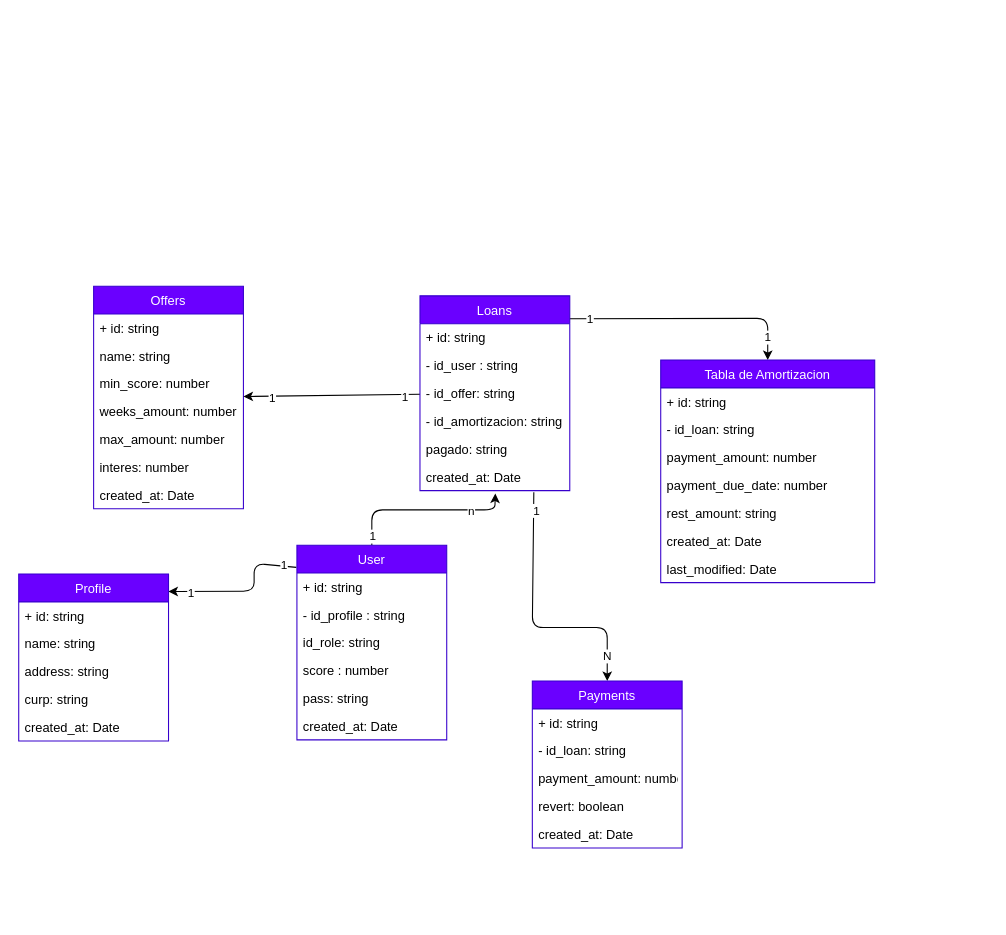
Earlier version of the draw.io diagram src/utils/docs/db_schema.drawio (SrChinowski/tl-amiloz-test). Source tidied: cells renumbered, new cells numbered last; positions are measured from the earlier drawing's top-left corner, leaving out a move shared by most shapes. Both pictures are drawn from the tidied source at 107%, with x=0, y=0 at pixel (18, 286).
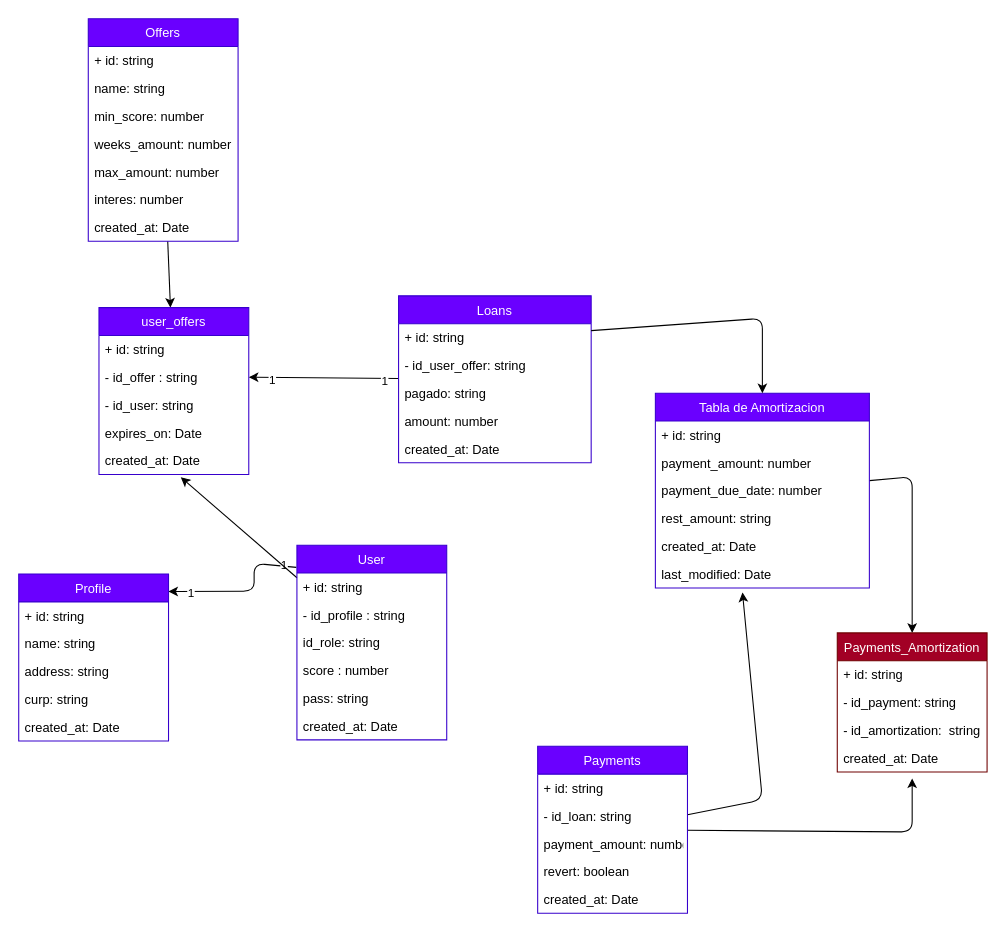
The same page after the edit.

The change refers to these unchanged cells:
```xml
<mxCell id="11" value="User" style="swimlane;fontStyle=0;horizontal=1;startSize=26;fillColor=#6a00ff;fontColor=#ffffff;strokeColor=#3700CC;" parent="1" vertex="1">
  <mxGeometry x="260" y="242" width="140" height="182" as="geometry" />
</mxCell>
```

The edit, as a diff of the source:
```diff
@@
-    <mxCell id="5" style="edgeStyle=none;html=1;entryX=0.5;entryY=0;entryDx=0;entryDy=0;exitX=0.76;exitY=1.056;exitDx=0;exitDy=0;exitPerimeter=0;" parent="1" edge="1" source="43" target="52">
-      <mxGeometry relative="1" as="geometry">
-        <Array as="points">
-          <mxPoint x="480" y="319" />
-          <mxPoint x="550" y="319" />
-        </Array>
-      </mxGeometry>
-    </mxCell>
-    <mxCell id="6" value="1" style="edgeLabel;html=1;align=center;verticalAlign=middle;" parent="5" vertex="1">
-      <mxGeometry x="-0.86" y="2" relative="1" as="geometry" />
-    </mxCell>
-    <mxCell id="7" value="N" style="edgeLabel;html=1;align=center;verticalAlign=middle;" parent="5" vertex="1">
-      <mxGeometry x="0.81" y="-1" relative="1" as="geometry" />
-    </mxCell>
-    <mxCell id="8" style="edgeStyle=none;html=1;entryX=0.503;entryY=1.105;entryDx=0;entryDy=0;entryPerimeter=0;" parent="1" edge="1" source="11" target="43">
-      <mxGeometry relative="1" as="geometry">
-        <Array as="points">
-          <mxPoint x="330" y="209" />
-          <mxPoint x="445" y="209" />
-        </Array>
-      </mxGeometry>
-    </mxCell>
-    <mxCell id="9" value="1" style="edgeLabel;html=1;align=center;verticalAlign=middle;" parent="8" vertex="1">
-      <mxGeometry x="-0.89" relative="1" as="geometry" />
-    </mxCell>
-    <mxCell id="10" value="n" style="edgeLabel;html=1;align=center;verticalAlign=middle;" parent="8" vertex="1">
-      <mxGeometry x="0.53" relative="1" as="geometry" />
-    </mxCell>
+    <mxCell id="58" style="edgeStyle=none;html=1;entryX=0.546;entryY=1.096;entryDx=0;entryDy=0;entryPerimeter=0;" parent="1" edge="1" source="11" target="69">
+      <mxGeometry relative="1" as="geometry" />
+    </mxCell>
@@
+    <mxCell id="59" style="edgeStyle=none;html=1;" parent="1" edge="1" source="24" target="64">
+      <mxGeometry relative="1" as="geometry" />
+    </mxCell>
     <mxCell id="24" value="Offers" style="swimlane;fontStyle=0;horizontal=1;startSize=26;fillColor=#6a00ff;fontColor=#ffffff;strokeColor=#3700CC;" parent="1" vertex="1">
-      <mxGeometry x="70" width="140" height="208" as="geometry" />
+      <mxGeometry x="65" y="-250" width="140" height="208" as="geometry" />
     </mxCell>
@@
-    <mxCell id="32" style="edgeStyle=none;html=1;" parent="1" edge="1" source="37" target="24">
+    <mxCell id="32" style="edgeStyle=none;html=1;entryX=1;entryY=0.5;entryDx=0;entryDy=0;" parent="1" edge="1" source="37" target="66">
       <mxGeometry relative="1" as="geometry" />
     </mxCell>
@@
-    <mxCell id="35" value="1" style="edgeStyle=none;html=1;entryX=0.5;entryY=0;entryDx=0;entryDy=0;exitX=0.999;exitY=0.118;exitDx=0;exitDy=0;exitPerimeter=0;" parent="1" edge="1" source="37" target="44">
-      <mxGeometry x="0.81" relative="1" as="geometry">
-        <Array as="points">
-          <mxPoint x="700" y="30" />
-        </Array>
-      </mxGeometry>
-    </mxCell>
-    <mxCell id="36" value="1" style="edgeLabel;html=1;align=center;verticalAlign=middle;" parent="35" vertex="1">
-      <mxGeometry x="-0.83" relative="1" as="geometry" />
-    </mxCell>
     <mxCell id="37" value="Loans" style="swimlane;fontStyle=0;horizontal=1;startSize=26;fillColor=#6a00ff;fontColor=#ffffff;strokeColor=#3700CC;" parent="1" vertex="1">
-      <mxGeometry x="375" y="9" width="140" height="182" as="geometry" />
+      <mxGeometry x="355" y="9" width="180" height="156" as="geometry" />
     </mxCell>
     <mxCell id="38" value="+ id: string" style="text;strokeColor=none;fillColor=none;align=left;verticalAlign=top;spacingLeft=4;spacingRight=4;overflow=hidden;points=[[0,0.5],[1,0.5]];portConstraint=eastwest;" parent="37" vertex="1">
-      <mxGeometry y="26" width="140" height="26" as="geometry" />
+      <mxGeometry y="26" width="180" height="26" as="geometry" />
     </mxCell>
-    <mxCell id="39" value="- id_user : string" style="text;strokeColor=none;fillColor=none;align=left;verticalAlign=top;spacingLeft=4;spacingRight=4;overflow=hidden;" parent="37" vertex="1">
-      <mxGeometry y="52" width="140" height="26" as="geometry" />
+    <mxCell id="39" value="- id_user_offer: string" style="text;strokeColor=none;fillColor=none;align=left;verticalAlign=top;spacingLeft=4;spacingRight=4;overflow=hidden;" parent="37" vertex="1">
+      <mxGeometry y="52" width="180" height="26" as="geometry" />
     </mxCell>
-    <mxCell id="40" value="- id_offer: string" style="text;strokeColor=none;fillColor=none;align=left;verticalAlign=top;spacingLeft=4;spacingRight=4;overflow=hidden;" parent="37" vertex="1">
-      <mxGeometry y="78" width="140" height="26" as="geometry" />
-    </mxCell>
-    <mxCell id="41" value="- id_amortizacion: string" style="text;strokeColor=none;fillColor=none;align=left;verticalAlign=top;spacingLeft=4;spacingRight=4;overflow=hidden;" parent="37" vertex="1">
-      <mxGeometry y="104" width="140" height="26" as="geometry" />
-    </mxCell>
     <mxCell id="42" value="pagado: string" style="text;strokeColor=none;fillColor=none;align=left;verticalAlign=top;spacingLeft=4;spacingRight=4;overflow=hidden;" parent="37" vertex="1">
-      <mxGeometry y="130" width="140" height="26" as="geometry" />
+      <mxGeometry y="78" width="180" height="26" as="geometry" />
     </mxCell>
+    <mxCell id="60" value="amount: number" style="text;strokeColor=none;fillColor=none;align=left;verticalAlign=top;spacingLeft=4;spacingRight=4;overflow=hidden;" parent="37" vertex="1">
+      <mxGeometry y="104" width="180" height="26" as="geometry" />
+    </mxCell>
     <mxCell id="43" value="created_at: Date" style="text;strokeColor=none;fillColor=none;align=left;verticalAlign=top;spacingLeft=4;spacingRight=4;overflow=hidden;points=[[0,0.5],[1,0.5]];portConstraint=eastwest;" parent="37" vertex="1">
-      <mxGeometry y="156" width="140" height="26" as="geometry" />
+      <mxGeometry y="130" width="180" height="26" as="geometry" />
     </mxCell>
+    <mxCell id="61" style="edgeStyle=none;html=1;entryX=0.5;entryY=0;entryDx=0;entryDy=0;" parent="1" edge="1" source="44" target="71">
+      <mxGeometry relative="1" as="geometry">
+        <Array as="points">
+          <mxPoint x="835" y="178" />
+        </Array>
+      </mxGeometry>
+    </mxCell>
     <mxCell id="44" value="Tabla de Amortizacion" style="swimlane;fontStyle=0;horizontal=1;startSize=26;fillColor=#6a00ff;fontColor=#ffffff;strokeColor=#3700CC;" parent="1" vertex="1">
-      <mxGeometry x="600" y="69" width="200" height="208" as="geometry" />
+      <mxGeometry x="595" y="100" width="200" height="182" as="geometry" />
     </mxCell>
@@
-    <mxCell id="46" value="- id_loan: string" style="text;strokeColor=none;fillColor=none;align=left;verticalAlign=top;spacingLeft=4;spacingRight=4;overflow=hidden;" parent="44" vertex="1">
-      <mxGeometry y="52" width="200" height="26" as="geometry" />
-    </mxCell>
     <mxCell id="47" value="payment_amount: number" style="text;strokeColor=none;fillColor=none;align=left;verticalAlign=top;spacingLeft=4;spacingRight=4;overflow=hidden;" parent="44" vertex="1">
-      <mxGeometry y="78" width="200" height="26" as="geometry" />
+      <mxGeometry y="52" width="200" height="26" as="geometry" />
     </mxCell>
     <mxCell id="48" value="payment_due_date: number" style="text;strokeColor=none;fillColor=none;align=left;verticalAlign=top;spacingLeft=4;spacingRight=4;overflow=hidden;" parent="44" vertex="1">
-      <mxGeometry y="104" width="200" height="26" as="geometry" />
+      <mxGeometry y="78" width="200" height="26" as="geometry" />
     </mxCell>
     <mxCell id="49" value="rest_amount: string" style="text;strokeColor=none;fillColor=none;align=left;verticalAlign=top;spacingLeft=4;spacingRight=4;overflow=hidden;" parent="44" vertex="1">
-      <mxGeometry y="130" width="200" height="26" as="geometry" />
+      <mxGeometry y="104" width="200" height="26" as="geometry" />
     </mxCell>
     <mxCell id="50" value="created_at: Date" style="text;strokeColor=none;fillColor=none;align=left;verticalAlign=top;spacingLeft=4;spacingRight=4;overflow=hidden;" parent="44" vertex="1">
-      <mxGeometry y="156" width="200" height="26" as="geometry" />
+      <mxGeometry y="130" width="200" height="26" as="geometry" />
     </mxCell>
     <mxCell id="51" value="last_modified: Date" style="text;strokeColor=none;fillColor=none;align=left;verticalAlign=top;spacingLeft=4;spacingRight=4;overflow=hidden;points=[[0,0.5],[1,0.5]];portConstraint=eastwest;" parent="44" vertex="1">
-      <mxGeometry y="182" width="200" height="26" as="geometry" />
+      <mxGeometry y="156" width="200" height="26" as="geometry" />
     </mxCell>
+    <mxCell id="62" style="edgeStyle=none;html=1;entryX=0.5;entryY=1.231;entryDx=0;entryDy=0;entryPerimeter=0;" parent="1" edge="1" source="52" target="75">
+      <mxGeometry relative="1" as="geometry">
+        <Array as="points">
+          <mxPoint x="835" y="510" />
+        </Array>
+      </mxGeometry>
+    </mxCell>
+    <mxCell id="63" style="edgeStyle=none;html=1;entryX=0.407;entryY=1.161;entryDx=0;entryDy=0;entryPerimeter=0;" parent="1" edge="1" source="52" target="51">
+      <mxGeometry relative="1" as="geometry">
+        <Array as="points">
+          <mxPoint x="695" y="480" />
+        </Array>
+      </mxGeometry>
+    </mxCell>
     <mxCell id="52" value="Payments" style="swimlane;fontStyle=0;horizontal=1;startSize=26;fillColor=#6a00ff;fontColor=#ffffff;strokeColor=#3700CC;" parent="1" vertex="1">
-      <mxGeometry x="480" y="369" width="140" height="156" as="geometry" />
+      <mxGeometry x="485" y="430" width="140" height="156" as="geometry" />
     </mxCell>
@@
+    <mxCell id="64" value="user_offers" style="swimlane;fontStyle=0;horizontal=1;startSize=26;fillColor=#6a00ff;fontColor=#ffffff;strokeColor=#3700CC;" parent="1" vertex="1">
+      <mxGeometry x="75" y="20" width="140" height="156" as="geometry" />
+    </mxCell>
+    <mxCell id="65" value="+ id: string" style="text;strokeColor=none;fillColor=none;align=left;verticalAlign=top;spacingLeft=4;spacingRight=4;overflow=hidden;" parent="64" vertex="1">
+      <mxGeometry y="26" width="140" height="26" as="geometry" />
+    </mxCell>
+    <mxCell id="66" value="- id_offer : string" style="text;strokeColor=none;fillColor=none;align=left;verticalAlign=top;spacingLeft=4;spacingRight=4;overflow=hidden;points=[[0,0.5],[1,0.5]];portConstraint=eastwest;" parent="64" vertex="1">
+      <mxGeometry y="52" width="140" height="26" as="geometry" />
+    </mxCell>
+    <mxCell id="67" value="- id_user: string" style="text;strokeColor=none;fillColor=none;align=left;verticalAlign=top;spacingLeft=4;spacingRight=4;overflow=hidden;" parent="64" vertex="1">
+      <mxGeometry y="78" width="140" height="26" as="geometry" />
+    </mxCell>
+    <mxCell id="68" value="expires_on: Date" style="text;strokeColor=none;fillColor=none;align=left;verticalAlign=top;spacingLeft=4;spacingRight=4;overflow=hidden;" parent="64" vertex="1">
+      <mxGeometry y="104" width="140" height="26" as="geometry" />
+    </mxCell>
+    <mxCell id="69" value="created_at: Date" style="text;strokeColor=none;fillColor=none;align=left;verticalAlign=top;spacingLeft=4;spacingRight=4;overflow=hidden;points=[[0,0.5],[1,0.5]];portConstraint=eastwest;" parent="64" vertex="1">
+      <mxGeometry y="130" width="140" height="26" as="geometry" />
+    </mxCell>
+    <mxCell id="70" style="edgeStyle=none;html=1;entryX=0.5;entryY=0;entryDx=0;entryDy=0;" parent="1" edge="1" source="38" target="44">
+      <mxGeometry relative="1" as="geometry">
+        <Array as="points">
+          <mxPoint x="695" y="30" />
+        </Array>
+      </mxGeometry>
+    </mxCell>
+    <mxCell id="71" value="Payments_Amortization" style="swimlane;fontStyle=0;horizontal=1;startSize=26;fillColor=#a20025;fontColor=#ffffff;strokeColor=#6F0000;" parent="1" vertex="1">
+      <mxGeometry x="765" y="324" width="140" height="130" as="geometry" />
+    </mxCell>
+    <mxCell id="72" value="+ id: string" style="text;strokeColor=none;fillColor=none;align=left;verticalAlign=top;spacingLeft=4;spacingRight=4;overflow=hidden;" parent="71" vertex="1">
+      <mxGeometry y="26" width="140" height="26" as="geometry" />
+    </mxCell>
+    <mxCell id="73" value="- id_payment: string" style="text;strokeColor=none;fillColor=none;align=left;verticalAlign=top;spacingLeft=4;spacingRight=4;overflow=hidden;" parent="71" vertex="1">
+      <mxGeometry y="52" width="140" height="26" as="geometry" />
+    </mxCell>
+    <mxCell id="74" value="- id_amortization:  string" style="text;strokeColor=none;fillColor=none;align=left;verticalAlign=top;spacingLeft=4;spacingRight=4;overflow=hidden;" parent="71" vertex="1">
+      <mxGeometry y="78" width="140" height="26" as="geometry" />
+    </mxCell>
+    <mxCell id="75" value="created_at: Date" style="text;strokeColor=none;fillColor=none;align=left;verticalAlign=top;spacingLeft=4;spacingRight=4;overflow=hidden;points=[[0,0.5],[1,0.5]];portConstraint=eastwest;" parent="71" vertex="1">
+      <mxGeometry y="104" width="140" height="26" as="geometry" />
+    </mxCell>
```
